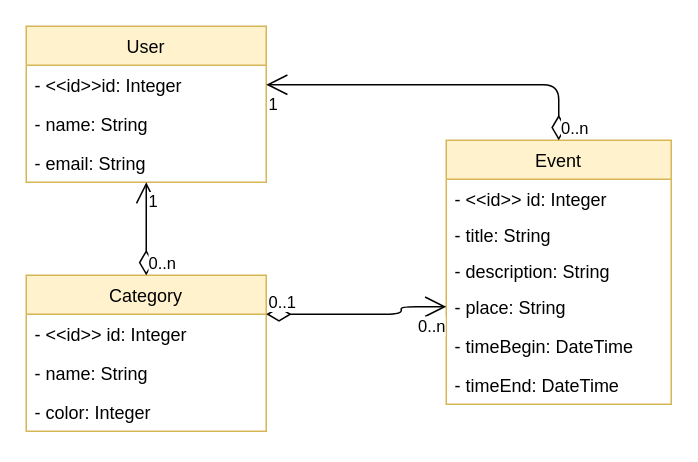
This is Modelo_Conceitual.drawio from GPMS/trabalhoDAW, a draw.io file, before an edit. Source tidied: cells renumbered, new cells numbered last; positions are measured from the earlier drawing's top-left corner, leaving out a move shared by most shapes. Both pictures are drawn from the tidied source at 150%, with x=0, y=0 at pixel (26, 26).
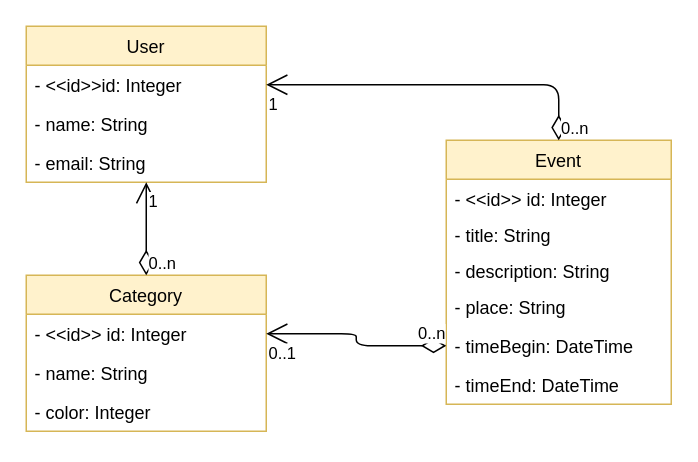
The same diagram, later.

Commit message:
Correct relation between Category and Event

Unchanged cells that the change refers to:
```xml
<mxCell id="10" value="- place: String" style="text;strokeColor=none;fillColor=none;align=left;verticalAlign=top;spacingLeft=4;spacingRight=4;overflow=hidden;points=[[0,0.5],[1,0.5]];portConstraint=eastwest;" parent="6" vertex="1">
  <mxGeometry y="98" width="150" height="26" as="geometry" />
</mxCell>
<mxCell id="11" value="- timeBegin: DateTime&#10;&#10;" style="text;strokeColor=none;fillColor=none;align=left;verticalAlign=top;spacingLeft=4;spacingRight=4;overflow=hidden;points=[[0,0.5],[1,0.5]];portConstraint=eastwest;" parent="6" vertex="1">
  <mxGeometry y="124" width="150" height="26" as="geometry" />
</mxCell>
<mxCell id="13" value="Category" style="swimlane;fontStyle=0;horizontal=1;startSize=26;fillColor=#fff2cc;strokeColor=#d6b656;" parent="1" vertex="1">
  <mxGeometry y="166" width="160" height="104" as="geometry" />
</mxCell>
<mxCell id="14" value="- &lt;&lt;id&gt;&gt; id: Integer" style="text;strokeColor=none;fillColor=none;align=left;verticalAlign=top;spacingLeft=4;spacingRight=4;overflow=hidden;points=[[0,0.5],[1,0.5]];portConstraint=eastwest;" parent="13" vertex="1">
  <mxGeometry y="26" width="160" height="26" as="geometry" />
</mxCell>
```

Diff of the diagram source:
```diff
@@
-    <mxCell id="23" style="endArrow=open;html=1;endSize=12;startArrow=diamondThin;startSize=14;startFill=0;edgeStyle=orthogonalEdgeStyle;exitX=1;exitY=0.25;exitDx=0;exitDy=0;entryX=0;entryY=0.5;entryDx=0;entryDy=0;" parent="1" edge="1" source="13" target="10">
+    <mxCell id="23" style="endArrow=open;html=1;endSize=12;startArrow=diamondThin;startSize=14;startFill=0;edgeStyle=orthogonalEdgeStyle;entryX=1;entryY=0.5;entryDx=0;entryDy=0;exitX=0;exitY=0.5;exitDx=0;exitDy=0;" parent="1" edge="1" source="11" target="14">
       <mxGeometry relative="1" as="geometry">
         <Array as="points">
-          <mxPoint x="250" y="192" />
-          <mxPoint x="250" y="187" />
+          <mxPoint x="220" y="213" />
+          <mxPoint x="220" y="205" />
         </Array>
       </mxGeometry>
     </mxCell>
-    <mxCell id="24" value="0..1" style="edgeLabel;html=1;align=left;verticalAlign=bottom;labelPosition=right;verticalLabelPosition=top;" parent="23" vertex="1">
+    <mxCell id="24" value="0..n" style="edgeLabel;html=1;align=right;verticalAlign=bottom;labelPosition=left;verticalLabelPosition=top;" parent="23" vertex="1">
       <mxGeometry x="-1" relative="1" as="geometry" />
     </mxCell>
-    <mxCell id="25" value="0..n" style="edgeLabel;html=1;align=right;verticalAlign=top;labelPosition=left;verticalLabelPosition=bottom;" parent="23" vertex="1">
+    <mxCell id="25" value="0..1" style="edgeLabel;html=1;align=left;verticalAlign=top;labelPosition=right;verticalLabelPosition=bottom;" parent="23" vertex="1">
       <mxGeometry x="1" relative="1" as="geometry" />
     </mxCell>
```
